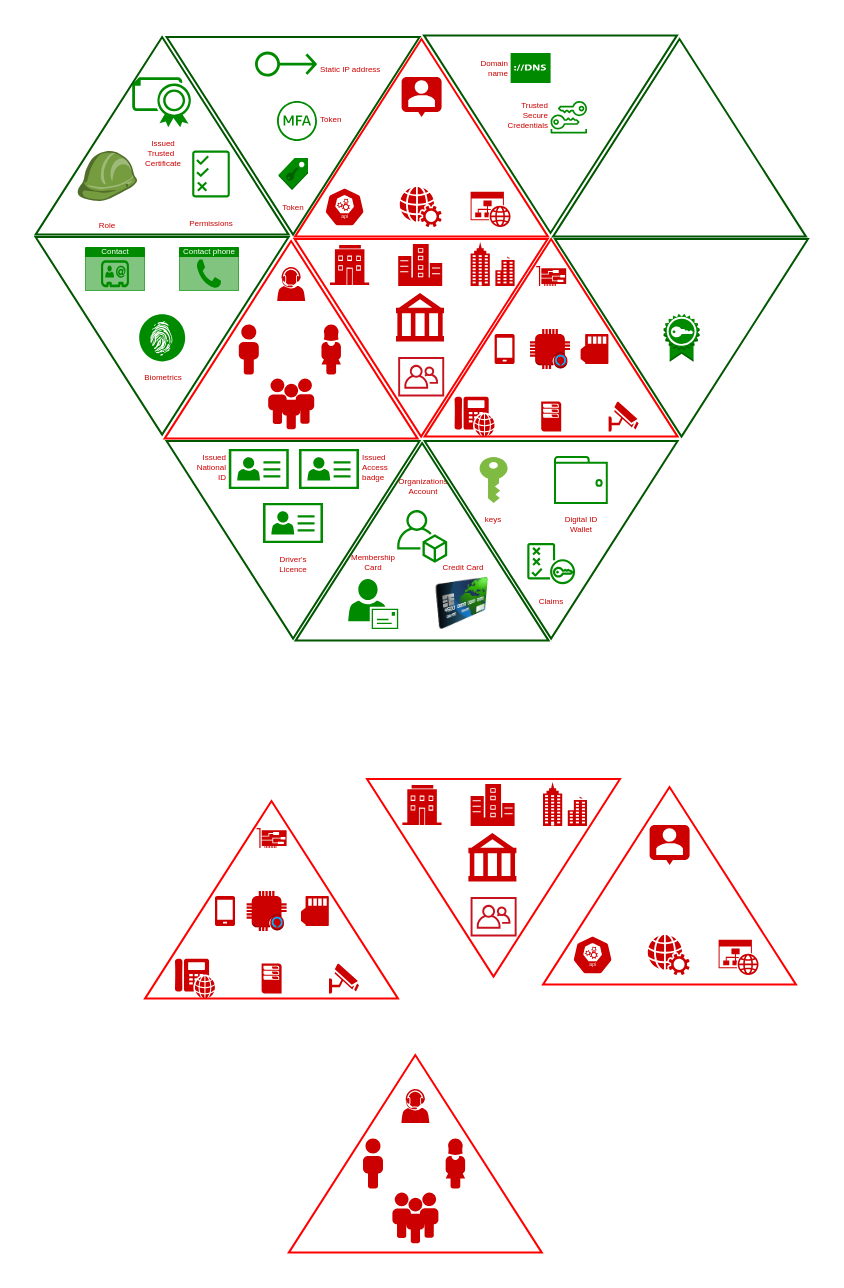
Earlier version of the draw.io diagram page "Page-1" (1 of 2) of Identity.drawio (gaurjain/drawio). Source tidied: cells renumbered, new cells numbered last; positions are measured from the earlier drawing's top-left corner, leaving out a move shared by most shapes. Both pictures are drawn from the tidied source at 200%, with x=0, y=0 at pixel (34, 34). Pictures stored in the file or linked from it are replaced by grey dashed boxes.
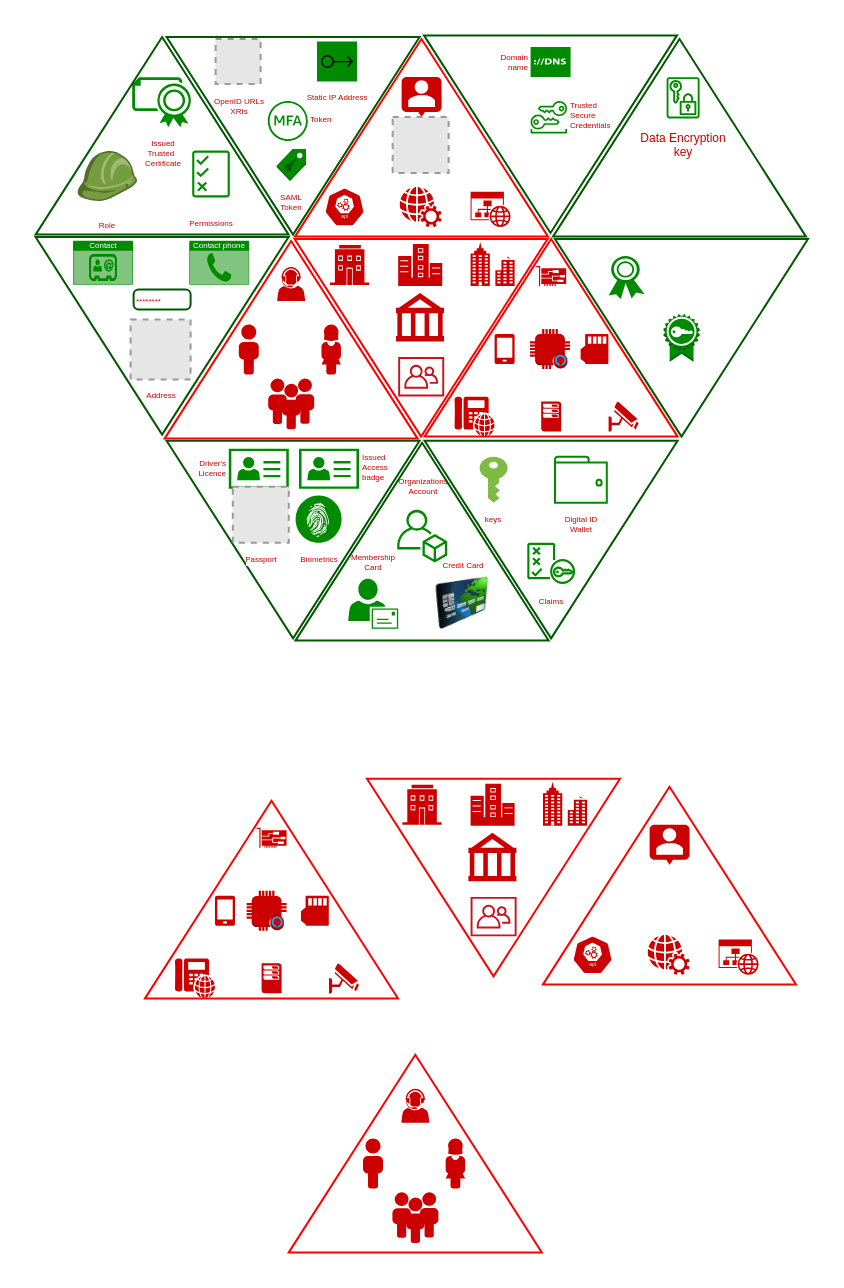
Above is the later version.

The change refers to these unchanged cells:
```xml
<mxCell id="36" style="group;" parent="35" vertex="1">
  <mxGeometry width="320.8" height="198.8" as="geometry" />
</mxCell>
<mxCell id="37" style="group;" parent="36" vertex="1">
  <mxGeometry x="64.2" width="190.1" height="98.8" as="geometry" />
</mxCell>
<mxCell id="60" style="group;" parent="53" vertex="1">
  <mxGeometry x="65" width="191.8" height="98.8" as="geometry" />
</mxCell>
```

Change to the diagram source:
```diff
@@
+    <mxCell id="84" style="triangle;whiteSpace=wrap;html=1;shadow=0;strokeColor=#005700;fillColor=none;direction=south;fontColor=#ffffff;" parent="1" vertex="1">
+      <mxGeometry x="65.8" y="202.9" width="126.5" height="98.8" as="geometry" />
+    </mxCell>
@@
     <mxCell id="3" style="triangle;whiteSpace=wrap;html=1;shadow=0;strokeColor=#005700;fillColor=none;direction=south;fontColor=#ffffff;" parent="1" vertex="1">
-      <mxGeometry x="194.8" y="203" width="126.5" height="98.8" as="geometry" />
+      <mxGeometry x="194.8" y="202.9" width="126.5" height="98.8" as="geometry" />
     </mxCell>
     <mxCell id="4" value="Organizations &lt;br style=&quot;font-size: 4px;&quot;&gt;Account" style="fontColor=#CC0000;fillColor=#008a00;strokeColor=none;dashed=0;verticalLabelPosition=top;verticalAlign=bottom;align=center;html=1;fontSize=4;fontStyle=0;shape=mxgraph.aws4.organizations_account;shadow=0;labelBackgroundColor=none;labelPosition=center;" parent="1" vertex="1">
-      <mxGeometry x="181.1" y="234" width="25" height="33.3" as="geometry" />
+      <mxGeometry x="181.1" y="233.9" width="25" height="33.3" as="geometry" />
     </mxCell>
     <mxCell id="5" style="group;" parent="1" vertex="1">
-      <mxGeometry x="126.9" y="510" width="126.6" height="98.8" as="geometry" />
+      <mxGeometry x="126.9" y="509.9" width="126.6" height="98.8" as="geometry" />
     </mxCell>
@@
     <mxCell id="12" style="group;" parent="1" vertex="1">
-      <mxGeometry x="166" y="372" width="126.5" height="98.8" as="geometry" />
+      <mxGeometry x="166" y="371.9" width="126.5" height="98.8" as="geometry" />
     </mxCell>
@@
     <mxCell id="19" style="group;" parent="1" vertex="1">
-      <mxGeometry x="55" y="383" width="126.5" height="98.8" as="geometry" />
+      <mxGeometry x="55" y="382.9" width="126.5" height="98.8" as="geometry" />
     </mxCell>
@@
     <mxCell id="28" value="Issued&lt;br style=&quot;font-size: 4px;&quot;&gt;Access&amp;nbsp;&amp;nbsp;&lt;br style=&quot;font-size: 4px;&quot;&gt;badge" style="shadow=0;dashed=0;html=1;strokeColor=none;fillColor=#008a00;labelPosition=right;verticalLabelPosition=middle;verticalAlign=middle;align=left;shape=mxgraph.office.concepts.contacts;fontColor=#CC0000;labelBackgroundColor=none;fontSize=4;" parent="1" vertex="1">
-      <mxGeometry x="132" y="207" width="30" height="20" as="geometry" />
+      <mxGeometry x="132" y="206.9" width="30" height="20" as="geometry" />
     </mxCell>
     <mxCell id="29" style="group;" parent="1" vertex="1">
-      <mxGeometry x="254" y="376" width="126.6" height="98.8" as="geometry" />
+      <mxGeometry x="254" y="375.9" width="126.6" height="98.8" as="geometry" />
     </mxCell>
@@
+    <mxCell id="75" style="triangle;whiteSpace=wrap;html=1;shadow=0;strokeColor=#005700;fillColor=none;direction=south;fontColor=#ffffff;" parent="36" vertex="1">
+      <mxGeometry y="-1" width="126.5" height="98.8" as="geometry" />
+    </mxCell>
@@
     <mxCell id="44" value="Domain &lt;br&gt;name" style="shadow=0;dashed=0;html=1;strokeColor=none;fillColor=#008a00;labelPosition=left;verticalLabelPosition=middle;verticalAlign=middle;align=right;shape=mxgraph.veeam.dns;fontColor=#CC0000;labelBackgroundColor=none;fontSize=4;" parent="37" vertex="1">
-      <mxGeometry x="107.8" y="7" width="20" height="15" as="geometry" />
+      <mxGeometry x="117.8" y="4" width="20" height="15" as="geometry" />
     </mxCell>
-    <mxCell id="45" value="Trusted &lt;br style=&quot;font-size: 4px;&quot;&gt;Secure&lt;br style=&quot;font-size: 4px;&quot;&gt;Credentials" style="fontColor=#CC0000;fillColor=#008a00;strokeColor=none;dashed=0;verticalLabelPosition=middle;verticalAlign=middle;align=right;html=1;fontSize=4;fontStyle=0;shape=mxgraph.aws4.long_term_security_credential;shadow=0;labelBackgroundColor=none;labelPosition=left;" parent="37" vertex="1">
-      <mxGeometry x="127.8" y="27" width="18.2" height="24.3" as="geometry" />
+    <mxCell id="45" value="Trusted &lt;br style=&quot;font-size: 4px;&quot;&gt;Secure&lt;br style=&quot;font-size: 4px;&quot;&gt;Credentials" style="fontColor=#CC0000;fillColor=#008a00;strokeColor=none;dashed=0;verticalLabelPosition=middle;verticalAlign=middle;align=left;html=1;fontSize=4;fontStyle=0;shape=mxgraph.aws4.long_term_security_credential;shadow=0;labelBackgroundColor=none;labelPosition=right;" parent="37" vertex="1">
+      <mxGeometry x="117.8" y="27" width="18.2" height="24.3" as="geometry" />
     </mxCell>
+    <mxCell id="92" style="fillColor=#E6E6E6;strokeColor=#999999;dashed=1;html=1;verticalAlign=top;verticalLabelPosition=bottom;labelBackgroundColor=#ffffff;fontSize=4;fontColor=#CC0000;" parent="37" vertex="1">
+      <mxGeometry x="48.8" y="39" width="28" height="28" as="geometry" />
+    </mxCell>
@@
+    <mxCell id="93" style="shadow=0;dashed=0;html=1;strokeColor=none;fillColor=#008a00;labelPosition=center;verticalLabelPosition=bottom;verticalAlign=top;align=center;shape=mxgraph.office.security.token;labelBackgroundColor=none;fontSize=4;fontColor=#ffffff;" parent="60" vertex="1">
+      <mxGeometry x="92" y="8.5" width="18" height="21.5" as="geometry" />
+    </mxCell>
@@
-    <mxCell id="72" value="&lt;font color=&quot;#cc0000&quot; style=&quot;font-size: 4px&quot;&gt;Static IP address&lt;/font&gt;" style="fontColor=#ffffff;fillColor=#008a00;strokeColor=none;dashed=0;verticalLabelPosition=middle;verticalAlign=middle;align=left;html=1;fontSize=12;fontStyle=0;shape=mxgraph.aws4.elastic_ip_address;shadow=0;labelBackgroundColor=none;labelPosition=right;" parent="36" vertex="1">
-      <mxGeometry x="44.2" y="6" width="31" height="13.1" as="geometry" />
-    </mxCell>
@@
-    <mxCell id="75" style="triangle;whiteSpace=wrap;html=1;shadow=0;strokeColor=#005700;fillColor=none;direction=south;fontColor=#ffffff;" parent="36" vertex="1">
-      <mxGeometry y="-1" width="126.5" height="98.8" as="geometry" />
-    </mxCell>
-    <mxCell id="76" value="Token" style="dashed=0;verticalLabelPosition=bottom;verticalAlign=top;align=center;html=1;shape=mxgraph.aws3.saml_token;fillColor=#008a00;shadow=0;labelBackgroundColor=none;strokeColor=none;strokeWidth=1;fontSize=4;fontColor=#CC0000;" parent="36" vertex="1">
-      <mxGeometry x="56" y="59.5" width="14.7" height="16" as="geometry" />
+    <mxCell id="76" value="SAML&lt;br&gt;Token" style="dashed=0;verticalLabelPosition=bottom;verticalAlign=top;align=center;html=1;shape=mxgraph.aws3.saml_token;fillColor=#008a00;shadow=0;labelBackgroundColor=none;strokeColor=none;strokeWidth=1;fontSize=4;fontColor=#CC0000;" parent="36" vertex="1">
+      <mxGeometry x="55" y="55" width="14.7" height="16" as="geometry" />
     </mxCell>
     <mxCell id="77" value="Token" style="fontColor=#CC0000;fillColor=#008a00;strokeColor=none;dashed=0;verticalLabelPosition=middle;verticalAlign=middle;align=left;html=1;fontSize=4;fontStyle=0;shape=mxgraph.aws4.mfa_token;shadow=0;labelBackgroundColor=none;labelPosition=right;" parent="36" vertex="1">
-      <mxGeometry x="55.2" y="31" width="20" height="20" as="geometry" />
+      <mxGeometry x="50.6" y="31" width="20" height="20" as="geometry" />
     </mxCell>
+    <mxCell id="94" value="Static IP Address" style="fontColor=#CC0000;strokeColor=none;fillColor=#008a00;dashed=0;verticalLabelPosition=bottom;verticalAlign=top;align=center;html=1;fontSize=4;fontStyle=0;shape=mxgraph.aws4.resourceIcon;resIcon=mxgraph.aws4.elastic_ip_address;labelBackgroundColor=none;labelPosition=center;" parent="36" vertex="1">
+      <mxGeometry x="75.2" y="1.3" width="20" height="20" as="geometry" />
+    </mxCell>
+    <mxCell id="95" value="Data Encryption&lt;br&gt;key" style="fontColor=#CC0000;fillColor=#008a00;strokeColor=none;dashed=0;verticalLabelPosition=bottom;verticalAlign=top;align=center;html=1;fontSize=6;fontStyle=0;shape=mxgraph.aws4.data_encryption_key;labelBackgroundColor=none;" parent="36" vertex="1">
+      <mxGeometry x="250" y="19" width="16.5" height="20.8" as="geometry" />
+    </mxCell>
+    <mxCell id="96" value="OpenID URLs&lt;br&gt;XRIs" style="fillColor=#E6E6E6;strokeColor=#999999;dashed=1;html=1;verticalAlign=top;verticalLabelPosition=bottom;labelBackgroundColor=none;fontSize=4;fontColor=#CC0000;" parent="36" vertex="1">
+      <mxGeometry x="24.5" width="22.5" height="22.5" as="geometry" />
+    </mxCell>
     <mxCell id="78" value="&lt;font style=&quot;font-size: 4px;&quot;&gt;Contact&lt;br style=&quot;font-size: 4px;&quot;&gt;&lt;br style=&quot;font-size: 4px;&quot;&gt;&lt;br style=&quot;font-size: 4px;&quot;&gt;&lt;br style=&quot;font-size: 4px;&quot;&gt;&lt;/font&gt;" style="html=1;strokeColor=none;fillColor=#008a00;labelPosition=center;verticalLabelPosition=middle;verticalAlign=top;align=center;fontSize=4;spacingTop=-6;fontColor=#FFFFFF;shape=mxgraph.sitemap.contact;shadow=0;labelBackgroundColor=none;" parent="1" vertex="1">
-      <mxGeometry x="25" y="106" width="30" height="22" as="geometry" />
+      <mxGeometry x="19" y="102.9" width="30" height="22" as="geometry" />
     </mxCell>
     <mxCell id="79" value="Digital ID &lt;br style=&quot;font-size: 4px;&quot;&gt;Wallet" style="html=1;verticalLabelPosition=bottom;align=center;labelBackgroundColor=none;verticalAlign=top;strokeWidth=1;strokeColor=#008A00;shadow=0;dashed=0;shape=mxgraph.ios7.icons.wallet;fillColor=none;fontSize=4;fontColor=#CC0000;" parent="1" vertex="1">
-      <mxGeometry x="260" y="211" width="25.9" height="23" as="geometry" />
+      <mxGeometry x="260" y="210.9" width="25.9" height="23" as="geometry" />
     </mxCell>
     <mxCell id="80" value="keys" style="shadow=0;dashed=0;html=1;strokeColor=none;labelPosition=center;verticalLabelPosition=bottom;verticalAlign=top;align=center;shape=mxgraph.office.security.key_permissions;fillColor=#7FBA42;fontSize=4;labelBackgroundColor=none;fontColor=#CC0000;" parent="1" vertex="1">
-      <mxGeometry x="222.3" y="211" width="14" height="23" as="geometry" />
+      <mxGeometry x="222.3" y="210.9" width="14" height="23" as="geometry" />
     </mxCell>
-    <mxCell id="81" value="Driver's&lt;br style=&quot;font-size: 4px;&quot;&gt;Licence" style="shadow=0;dashed=0;html=1;strokeColor=none;fillColor=#008a00;labelPosition=center;verticalLabelPosition=bottom;verticalAlign=top;align=center;shape=mxgraph.office.concepts.contacts;fontColor=#CC0000;labelBackgroundColor=none;fontSize=4;" parent="1" vertex="1">
-      <mxGeometry x="114" y="234" width="30" height="20" as="geometry" />
+    <mxCell id="81" value="Driver's&lt;br style=&quot;font-size: 4px;&quot;&gt;Licence" style="shadow=0;dashed=0;html=1;strokeColor=none;fillColor=#008a00;labelPosition=left;verticalLabelPosition=middle;verticalAlign=middle;align=right;shape=mxgraph.office.concepts.contacts;fontColor=#CC0000;labelBackgroundColor=none;fontSize=4;" parent="1" vertex="1">
+      <mxGeometry x="96.9" y="206.9" width="30" height="20" as="geometry" />
     </mxCell>
-    <mxCell id="82" value="Issued&lt;br style=&quot;font-size: 4px;&quot;&gt;National&lt;br style=&quot;font-size: 4px;&quot;&gt;ID" style="shadow=0;dashed=0;html=1;strokeColor=none;fillColor=#008a00;labelPosition=left;verticalLabelPosition=middle;verticalAlign=middle;align=right;shape=mxgraph.office.concepts.contacts;fontColor=#CC0000;labelBackgroundColor=none;fontSize=4;" parent="1" vertex="1">
-      <mxGeometry x="96.9" y="207" width="30" height="20" as="geometry" />
-    </mxCell>
     <mxCell id="83" value="Contact phone" style="html=1;strokeColor=none;fillColor=#008a00;labelPosition=center;verticalLabelPosition=middle;verticalAlign=top;align=center;fontSize=4;spacingTop=-6;fontColor=#ffffff;shape=mxgraph.sitemap.contact_us;shadow=0;labelBackgroundColor=none;" parent="1" vertex="1">
-      <mxGeometry x="72" y="106" width="30" height="22" as="geometry" />
+      <mxGeometry x="77.1" y="102.9" width="30" height="22" as="geometry" />
     </mxCell>
-    <mxCell id="84" style="triangle;whiteSpace=wrap;html=1;shadow=0;strokeColor=#005700;fillColor=none;direction=south;fontColor=#ffffff;" parent="1" vertex="1">
-      <mxGeometry x="65.8" y="203" width="126.5" height="98.8" as="geometry" />
-    </mxCell>
     <mxCell id="85" style="triangle;whiteSpace=wrap;html=1;shadow=0;strokeColor=#005700;fillColor=none;direction=north;fontColor=#ffffff;" parent="1" vertex="1">
-      <mxGeometry x="130.3" y="204" width="126.5" height="98.8" as="geometry" />
+      <mxGeometry x="130.3" y="203.9" width="126.5" height="98.8" as="geometry" />
     </mxCell>
     <mxCell id="86" value="Membership &lt;br style=&quot;font-size: 4px;&quot;&gt;Card" style="shadow=0;dashed=0;html=1;strokeColor=none;fillColor=#008a00;labelPosition=center;verticalLabelPosition=top;verticalAlign=bottom;align=center;shape=mxgraph.office.users.mail_user;fontColor=#CC0000;labelBackgroundColor=none;fontSize=4;" parent="1" vertex="1">
-      <mxGeometry x="156.6" y="272" width="25" height="25" as="geometry" />
+      <mxGeometry x="156.6" y="271.9" width="25" height="25" as="geometry" />
     </mxCell>
     <mxCell id="87" value="Credit Card" style="image;html=1;labelBackgroundColor=none;image=img/lib/clip_art/finance/Credit_Card_128x128.png;shadow=0;strokeColor=none;fillColor=#008a00;fontColor=#CC0000;fontSize=4;labelPosition=center;verticalLabelPosition=top;align=center;verticalAlign=bottom;" parent="1" vertex="1">
-      <mxGeometry x="194.8" y="271.5" width="38" height="26" as="geometry" />
+      <mxGeometry x="194.8" y="271.4" width="38" height="26" as="geometry" />
     </mxCell>
     <mxCell id="88" value="&lt;font color=&quot;#cc0000&quot;&gt;Claims&lt;/font&gt;" style="fontColor=#ffffff;fillColor=#008a00;strokeColor=none;dashed=0;verticalLabelPosition=bottom;verticalAlign=top;align=center;html=1;fontSize=4;fontStyle=0;shape=mxgraph.aws4.policy;shadow=0;labelBackgroundColor=none;" parent="1" vertex="1">
-      <mxGeometry x="246.1" y="254" width="24" height="20.6" as="geometry" />
+      <mxGeometry x="246.1" y="253.9" width="24" height="20.6" as="geometry" />
     </mxCell>
     <mxCell id="89" value="Biometrics" style="verticalLabelPosition=bottom;html=1;fillColor=#008a00;verticalAlign=top;align=center;shape=mxgraph.cisco_safe.capability.identity_authorization;shadow=0;labelBackgroundColor=none;strokeColor=none;strokeWidth=1;fontSize=4;fontColor=#CC0000;labelPosition=center;" parent="1" vertex="1">
-      <mxGeometry x="52.1" y="139.6" width="23" height="23.6" as="geometry" />
+      <mxGeometry x="130.3" y="230.3" width="23" height="23.6" as="geometry" />
     </mxCell>
@@
+    <mxCell id="97" value="Address" style="fillColor=#E6E6E6;strokeColor=#999999;dashed=1;html=1;verticalAlign=top;verticalLabelPosition=bottom;labelBackgroundColor=none;fontSize=4;fontColor=#CC0000;labelPosition=center;align=center;" parent="1" vertex="1">
+      <mxGeometry x="47.8" y="142.3" width="30" height="30" as="geometry" />
+    </mxCell>
+    <mxCell id="98" value="Passport" style="fillColor=#E6E6E6;strokeColor=#999999;dashed=1;html=1;verticalAlign=top;verticalLabelPosition=bottom;labelBackgroundColor=#ffffff;fontSize=4;fontColor=#CC0000;labelPosition=center;align=center;" parent="1" vertex="1">
+      <mxGeometry x="98.9" y="225.9" width="28" height="28" as="geometry" />
+    </mxCell>
+    <mxCell id="99" value="&lt;font style=&quot;font-size: 4px&quot;&gt;********&lt;/font&gt;" style="strokeWidth=1;html=1;shadow=0;dashed=0;shape=mxgraph.ios.iTextInput;strokeColor=#005700;align=left;buttonText=;fontSize=8;labelBackgroundColor=none;fillColor=none;fontColor=#CC0000;" parent="1" vertex="1">
+      <mxGeometry x="49.3" y="127.3" width="28.5" height="10" as="geometry" />
+    </mxCell>
```
